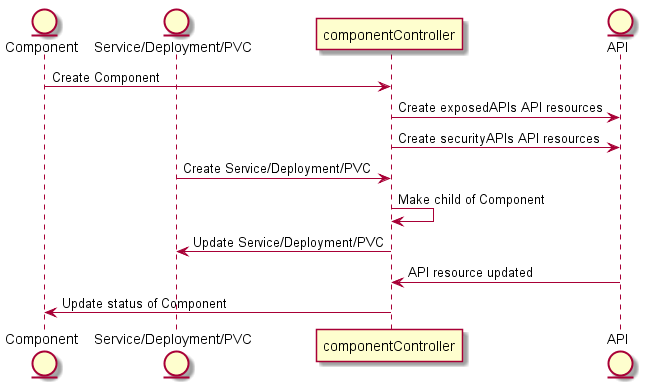
Before: oda-ca/controllers/componentOperator/sequenceDiagrams/componentOperator.png, a diagram exported from PlantUML (tmforum-oda/oda-canvas). Its diagram source:
```plantuml
@startuml

entity Component
entity "Service/Deployment/PVC"
participant componentController
entity API

Component-> componentController: Create Component
componentController -> API: Create exposedAPIs API resources
componentController -> API: Create securityAPIs API resources

"Service/Deployment/PVC"-> componentController: Create Service/Deployment/PVC
componentController-> componentController: Make child of Component
componentController-> "Service/Deployment/PVC": Update Service/Deployment/PVC

API-> componentController: API resource updated
componentController -> Component: Update status of Component

@enduml
```
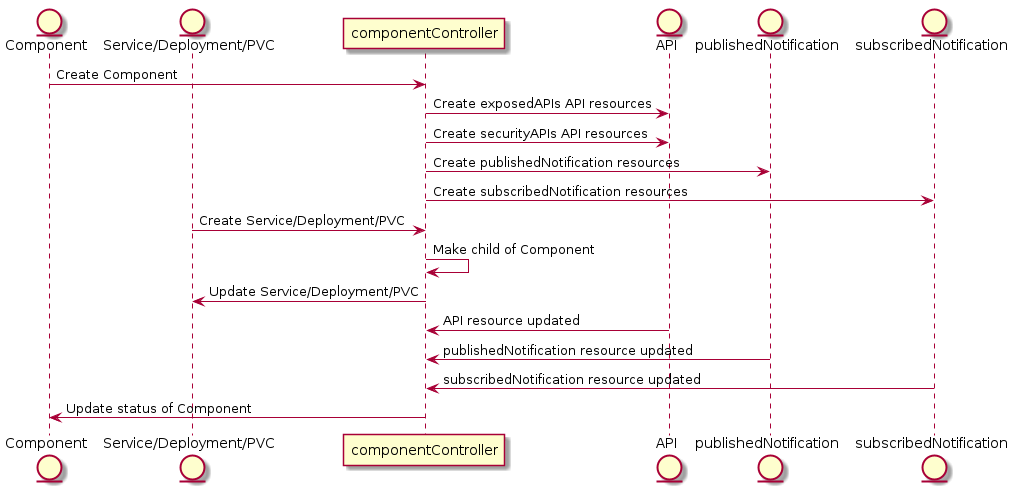
After the change.

Commit message:
Update sequence diagram with planned changes

Diff of the diagram source:
```diff
@@ -1,19 +1,24 @@
 @startuml
-
 entity Component
 entity "Service/Deployment/PVC"
 participant componentController
 entity API
+entity publishedNotification
+entity subscribedNotification
 
 Component-> componentController: Create Component
 componentController -> API: Create exposedAPIs API resources
 componentController -> API: Create securityAPIs API resources
+componentController -> publishedNotification: Create publishedNotification resources
+componentController -> subscribedNotification: Create subscribedNotification resources
+
 
 "Service/Deployment/PVC"-> componentController: Create Service/Deployment/PVC
 componentController-> componentController: Make child of Component
 componentController-> "Service/Deployment/PVC": Update Service/Deployment/PVC
 
 API-> componentController: API resource updated
+publishedNotification-> componentController: publishedNotification resource updated
+subscribedNotification-> componentController: subscribedNotification resource updated
 componentController -> Component: Update status of Component
-
 @enduml
```
